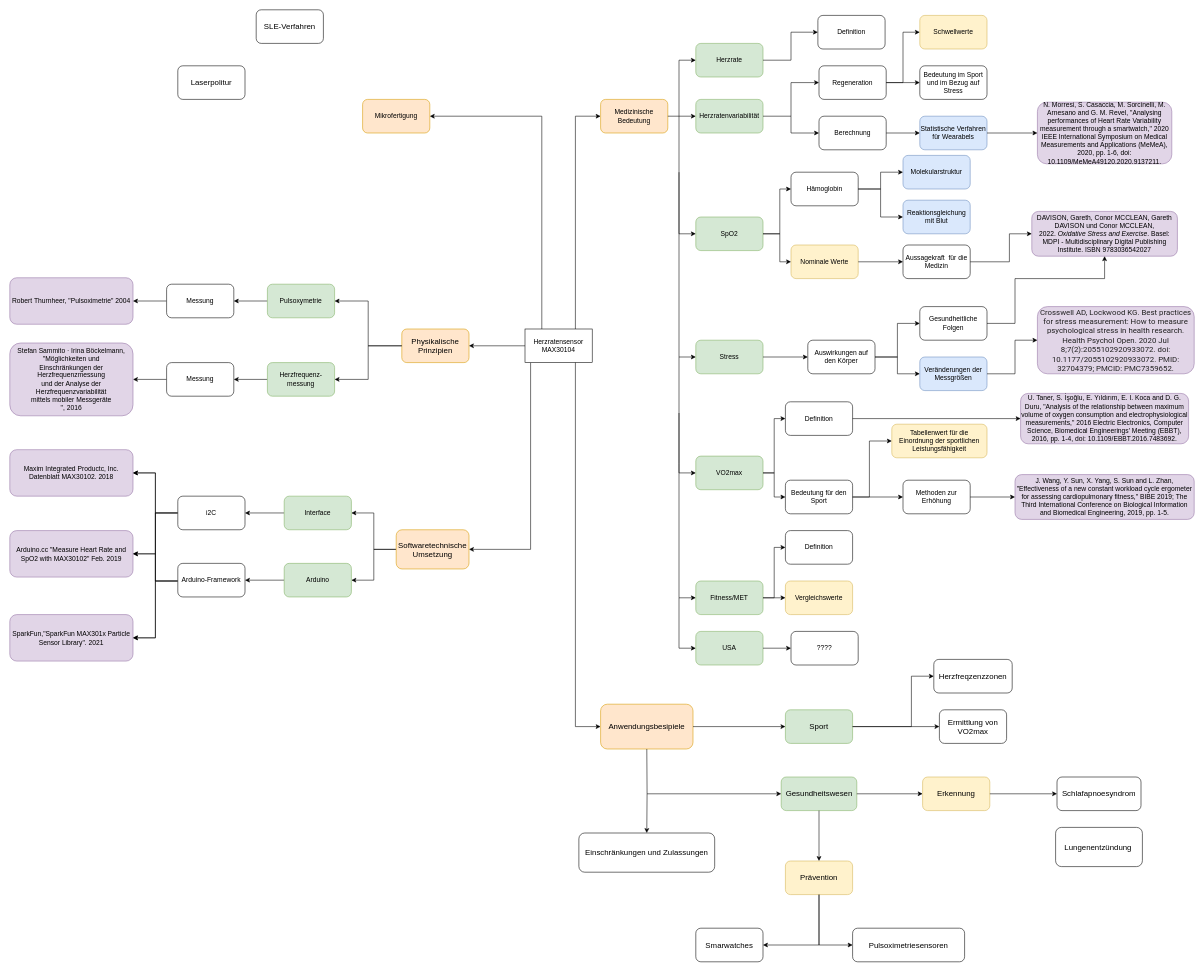
The draw.io diagram MNST.drawio in Lostqw1/Funfun, before the edit. Source tidied: cells renumbered, new cells numbered last; positions are measured from the earlier drawing's top-left corner, leaving out a move shared by most shapes. Both pictures are drawn from the tidied source at 56%, with x=0, y=0 at pixel (10, 10).
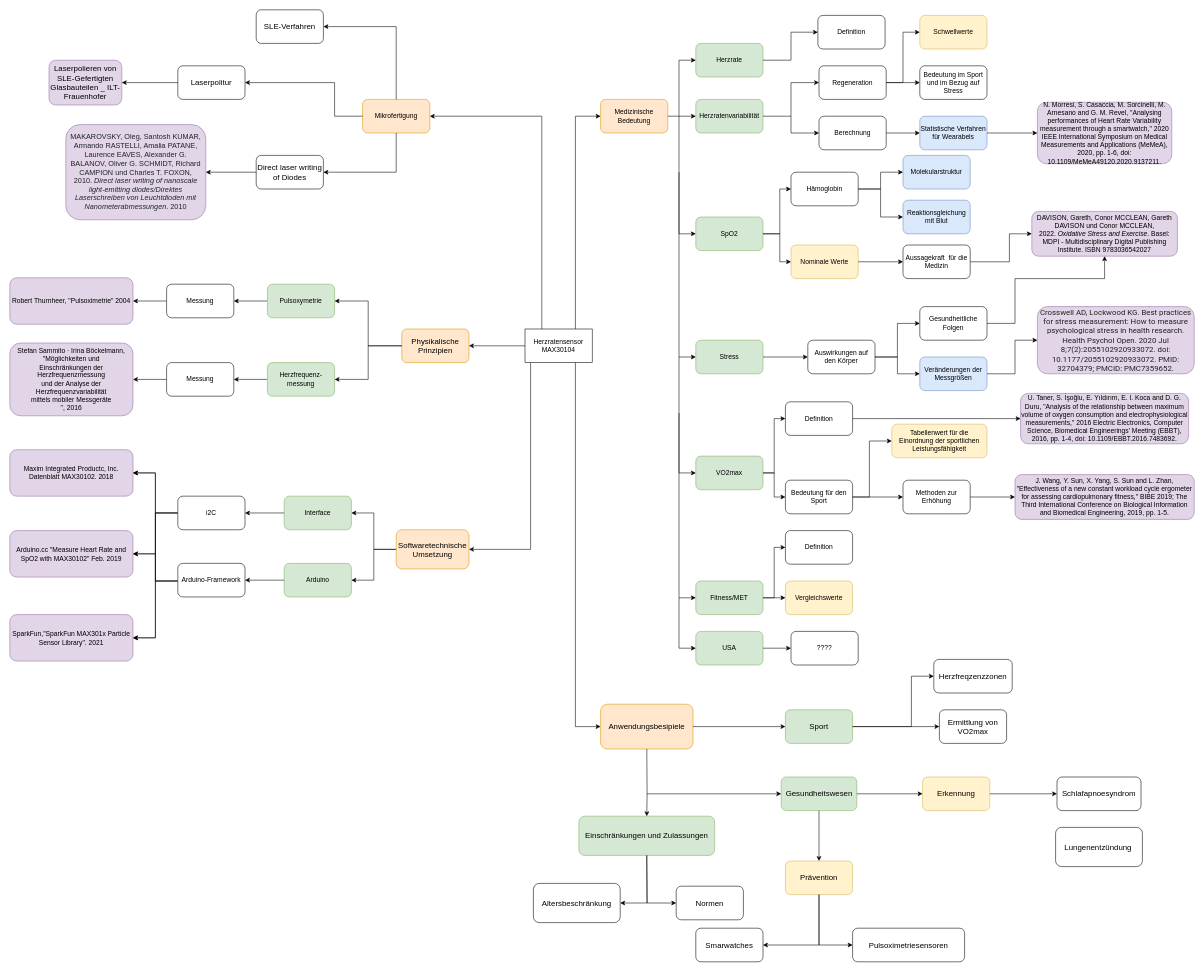
The same diagram, later.

Unchanged cells that the change refers to:
```xml
<mxCell id="6" value="Mikrofertigung" style="rounded=1;whiteSpace=wrap;html=1;fillColor=#ffe6cc;strokeColor=#d79b00;" parent="1" vertex="1">
  <mxGeometry x="630" y="160" width="120" height="60" as="geometry" />
</mxCell>
<mxCell id="118" value="SLE-Verfahren" style="rounded=1;whiteSpace=wrap;html=1;labelBackgroundColor=none;fontSize=14;fontColor=#000000;" parent="1" vertex="1">
  <mxGeometry x="440" width="120" height="60" as="geometry" />
</mxCell>
<mxCell id="119" value="Laserpolitur" style="rounded=1;whiteSpace=wrap;html=1;labelBackgroundColor=none;fontSize=14;fontColor=#000000;" parent="1" vertex="1">
  <mxGeometry x="300" y="100" width="120" height="60" as="geometry" />
</mxCell>
```

Diff of the diagram source:
```diff
@@
-    <mxCell id="120" value="Einschrä&lt;span style=&quot;white-space: pre;&quot;&gt;nkungen und Zulassungen&lt;/span&gt;" style="rounded=1;whiteSpace=wrap;html=1;labelBackgroundColor=none;fontSize=14;fontColor=#000000;" parent="1" vertex="1">
-      <mxGeometry x="1016.2" y="1470" width="242.5" height="70" as="geometry" />
+    <mxCell id="120" value="Einschrä&lt;span style=&quot;white-space: pre;&quot;&gt;nkungen und Zulassungen&lt;/span&gt;" style="rounded=1;whiteSpace=wrap;html=1;labelBackgroundColor=none;fontSize=14;fillColor=#d5e8d4;strokeColor=#82b366;" parent="1" vertex="1">
+      <mxGeometry x="1016.2" y="1440" width="242.5" height="70" as="geometry" />
     </mxCell>
@@
+    <mxCell id="132" style="endArrow=classic;html=1;rounded=0;fontSize=14;fontColor=#000000;entryX=1;entryY=0.5;entryDx=0;entryDy=0;exitX=0.5;exitY=0;exitDx=0;exitDy=0;" parent="1" edge="1" source="6" target="118">
+      <mxGeometry relative="1" as="geometry">
+        <Array as="points">
+          <mxPoint x="690" y="30" />
+        </Array>
+      </mxGeometry>
+    </mxCell>
@@
+    <mxCell id="133" value="Altersbeschränkung" style="rounded=1;whiteSpace=wrap;html=1;labelBackgroundColor=none;fontSize=14;fontColor=#000000;" parent="1" vertex="1">
+      <mxGeometry x="935" y="1560" width="155" height="70" as="geometry" />
+    </mxCell>
@@
+    <mxCell id="134" value="Normen" style="rounded=1;whiteSpace=wrap;html=1;labelBackgroundColor=none;fontSize=14;fontColor=#000000;" parent="1" vertex="1">
+      <mxGeometry x="1190" y="1565" width="120" height="60" as="geometry" />
+    </mxCell>
+    <mxCell id="135" style="endArrow=classic;html=1;rounded=0;fontSize=14;fontColor=#000000;entryX=0;entryY=0.5;entryDx=0;entryDy=0;exitX=0.5;exitY=1;exitDx=0;exitDy=0;" parent="1" edge="1" source="120" target="134">
+      <mxGeometry relative="1" as="geometry">
+        <Array as="points">
+          <mxPoint x="1138" y="1595" />
+        </Array>
+      </mxGeometry>
+    </mxCell>
+    <mxCell id="136" style="endArrow=classic;html=1;rounded=0;fontSize=14;fontColor=#000000;entryX=1;entryY=0.5;entryDx=0;entryDy=0;exitX=0.5;exitY=1;exitDx=0;exitDy=0;" parent="1" edge="1" source="120" target="133">
+      <mxGeometry relative="1" as="geometry">
+        <Array as="points">
+          <mxPoint x="1138" y="1595" />
+        </Array>
+      </mxGeometry>
+    </mxCell>
+    <mxCell id="137" style="endArrow=classic;html=1;rounded=0;fontSize=14;fontColor=#000000;entryX=1;entryY=0.5;entryDx=0;entryDy=0;exitX=0;exitY=0.5;exitDx=0;exitDy=0;" parent="1" edge="1" source="6" target="119">
+      <mxGeometry relative="1" as="geometry">
+        <Array as="points">
+          <mxPoint x="580" y="190" />
+          <mxPoint x="580" y="130" />
+        </Array>
+      </mxGeometry>
+    </mxCell>
+    <mxCell id="138" value="Laserpolieren von SLE-Gefertigten Glasbauteilen _ ILT-Frauenhofer" style="rounded=1;whiteSpace=wrap;html=1;labelBackgroundColor=none;fontSize=14;fillColor=#e1d5e7;strokeColor=#9673a6;" parent="1" vertex="1">
+      <mxGeometry x="70" y="90" width="130" height="80" as="geometry" />
+    </mxCell>
+    <mxCell id="139" style="endArrow=classic;html=1;rounded=0;fontSize=14;fontColor=#000000;entryX=1;entryY=0.5;entryDx=0;entryDy=0;exitX=0;exitY=0.5;exitDx=0;exitDy=0;" parent="1" edge="1" source="119" target="138">
+      <mxGeometry relative="1" as="geometry" />
+    </mxCell>
+    <mxCell id="140" value="Direct laser writing of Diodes" style="rounded=1;whiteSpace=wrap;html=1;labelBackgroundColor=none;fontSize=14;fontColor=#000000;" parent="1" vertex="1">
+      <mxGeometry x="440" y="260" width="120" height="60" as="geometry" />
+    </mxCell>
+    <mxCell id="141" style="endArrow=classic;html=1;rounded=0;fontSize=14;fontColor=#000000;entryX=1;entryY=0.5;entryDx=0;entryDy=0;exitX=0.5;exitY=1;exitDx=0;exitDy=0;" parent="1" edge="1" source="6" target="140">
+      <mxGeometry relative="1" as="geometry">
+        <Array as="points">
+          <mxPoint x="690" y="290" />
+        </Array>
+      </mxGeometry>
+    </mxCell>
+    <mxCell id="142" value="&lt;span style=&quot;caret-color: rgb(33, 37, 41); color: rgb(33, 37, 41); font-family: myriad-pro-semi-condensed, Arial, Helvetica, sans-serif; font-size: 13px; text-align: left;&quot;&gt;MAKAROVSKY, Oleg, Santosh KUMAR, Armando RASTELLI, Amalia PATANE, Laurence EAVES, Alexander G. BALANOV, Oliver G. SCHMIDT, Richard CAMPION und Charles T. FOXON, 2010.&amp;nbsp;&lt;/span&gt;&lt;em style=&quot;box-sizing: border-box; caret-color: rgb(33, 37, 41); color: rgb(33, 37, 41); font-family: myriad-pro-semi-condensed, Arial, Helvetica, sans-serif; font-size: 13px; text-align: left;&quot;&gt;Direct laser writing of nanoscale light-emitting diodes/Direktes Laserschreiben von Leuchtdioden mit Nanometerabmessungen&lt;/em&gt;&lt;span style=&quot;caret-color: rgb(33, 37, 41); color: rgb(33, 37, 41); font-family: myriad-pro-semi-condensed, Arial, Helvetica, sans-serif; font-size: 13px; text-align: left;&quot;&gt;. 2010&lt;/span&gt;" style="rounded=1;whiteSpace=wrap;html=1;labelBackgroundColor=none;fontSize=13;fillColor=#e1d5e7;strokeColor=#9673a6;" parent="1" vertex="1">
+      <mxGeometry x="100" y="205" width="250" height="170" as="geometry" />
+    </mxCell>
+    <mxCell id="143" style="endArrow=classic;html=1;rounded=0;fontSize=13;fontColor=#000000;entryX=1;entryY=0.5;entryDx=0;entryDy=0;exitX=0;exitY=0.5;exitDx=0;exitDy=0;" parent="1" edge="1" source="140" target="142">
+      <mxGeometry relative="1" as="geometry" />
+    </mxCell>
```
